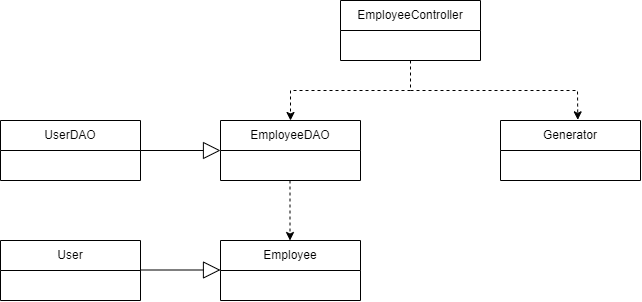
QuocZuong/perfume-store keeps this draw.io diagram as document/SDS/15. Add Employee/Class_Diagram/Add_Employee_Class_Diagram.png. Above is the earlier version. Source tidied: cells renumbered, new cells last; positions are measured from the earlier drawing's top-left corner, leaving out a move shared by most shapes.
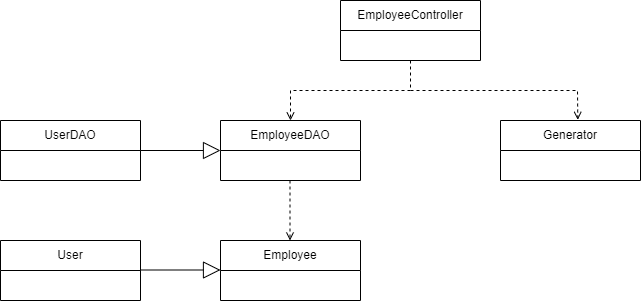
Later version of the same file.

Commit message:
modified database schema

What changed in the source:
```diff
@@ -11,7 +11,7 @@
     <mxCell id="4" value="Employee" style="swimlane;fontStyle=0;horizontal=1;startSize=30;whiteSpace=wrap;html=1;" parent="1" vertex="1">
       <mxGeometry x="220" y="240" width="140" height="60" as="geometry" />
     </mxCell>
-    <mxCell id="5" style="endArrow=classic;html=1;entryX=0.5;entryY=0;entryDx=0;entryDy=0;exitX=0.5;exitY=1;exitDx=0;exitDy=0;dashed=1;rounded=0;" parent="1" edge="1" source="2" target="3">
+    <mxCell id="5" style="endArrow=open;html=1;entryX=0.5;entryY=0;entryDx=0;entryDy=0;exitX=0.5;exitY=1;exitDx=0;exitDy=0;dashed=1;rounded=0;endFill=0;" parent="1" edge="1" source="2" target="3">
       <mxGeometry relative="1" as="geometry">
         <Array as="points">
           <mxPoint x="410" y="90" />
@@ -19,7 +19,7 @@
         </Array>
       </mxGeometry>
     </mxCell>
-    <mxCell id="6" style="endArrow=classic;html=1;entryX=0.5;entryY=0;entryDx=0;entryDy=0;exitX=0.5;exitY=1;exitDx=0;exitDy=0;dashed=1;" parent="1" edge="1">
+    <mxCell id="6" style="endArrow=open;html=1;entryX=0.5;entryY=0;entryDx=0;entryDy=0;exitX=0.5;exitY=1;exitDx=0;exitDy=0;dashed=1;endFill=0;" parent="1" edge="1">
       <mxGeometry relative="1" as="geometry">
         <mxPoint x="289.5" y="180" as="sourcePoint" />
         <mxPoint x="289.5" y="240" as="targetPoint" />
@@ -28,7 +28,7 @@
     <mxCell id="7" value="Generator" style="swimlane;fontStyle=0;horizontal=1;startSize=30;whiteSpace=wrap;html=1;" parent="1" vertex="1">
       <mxGeometry x="500" y="120" width="140" height="60" as="geometry" />
     </mxCell>
-    <mxCell id="8" style="endArrow=classic;html=1;entryX=0.552;entryY=-0.011;entryDx=0;entryDy=0;dashed=1;rounded=0;entryPerimeter=0;" parent="1" edge="1" target="7">
+    <mxCell id="8" style="endArrow=open;html=1;entryX=0.552;entryY=-0.011;entryDx=0;entryDy=0;dashed=1;rounded=0;entryPerimeter=0;endFill=0;" parent="1" edge="1" target="7">
       <mxGeometry relative="1" as="geometry">
         <mxPoint x="410" y="90" as="sourcePoint" />
         <Array as="points">
```
